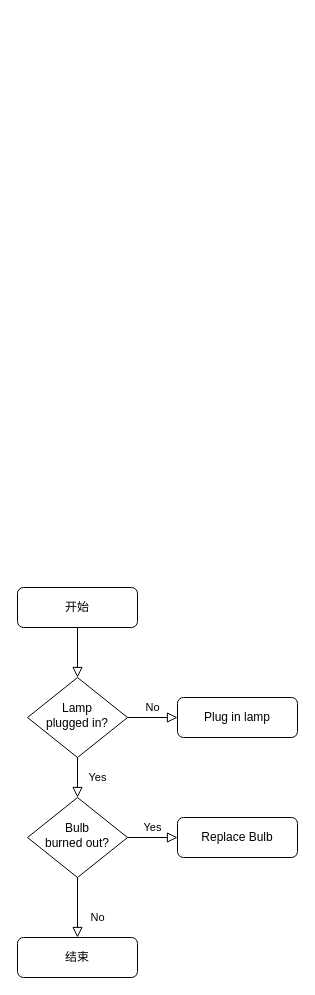
ProgrammerLZ/drawio keeps this draw.io diagram as page "Page-1" (1 of 2) of 需求分析-功能分析.drawio. Above is the earlier version. Source tidied: cells renumbered, new cells numbered last; positions are measured from the earlier drawing's top-left corner, leaving out a move shared by most shapes. Both pictures are drawn from the tidied source at 100%, with x=0, y=0 at pixel (17, 587).
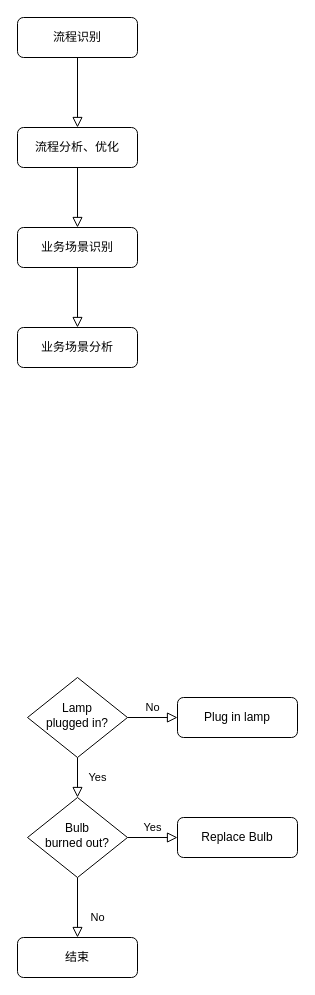
The same page after the edit.

Commit message:
更新需求分析-功能分析.drawio

The edit, as a diff of the source:
```diff
@@
 <mxGraphModel>
   <root>
     <mxCell id="0" />
     <mxCell id="1" parent="0" />
-    <mxCell id="2" style="rounded=0;html=1;jettySize=auto;fontSize=11;endArrow=block;endFill=0;endSize=8;strokeWidth=1;shadow=0;labelBackgroundColor=none;edgeStyle=orthogonalEdgeStyle;" parent="1" edge="1" source="3" target="6">
+    <mxCell id="2" style="rounded=0;html=1;jettySize=auto;fontSize=11;endArrow=block;endFill=0;endSize=8;strokeWidth=1;shadow=0;labelBackgroundColor=none;edgeStyle=orthogonalEdgeStyle;entryX=0.5;entryY=0;entryDx=0;entryDy=0;" parent="1" edge="1" source="3" target="13">
       <mxGeometry relative="1" as="geometry" />
     </mxCell>
-    <mxCell id="3" value="开始" style="rounded=1;whiteSpace=wrap;html=1;fontSize=12;glass=0;strokeWidth=1;shadow=0;" parent="1" vertex="1">
-      <mxGeometry width="120" height="40" as="geometry" />
+    <mxCell id="3" value="流程识别" style="rounded=1;whiteSpace=wrap;html=1;fontSize=12;glass=0;strokeWidth=1;shadow=0;" parent="1" vertex="1">
+      <mxGeometry y="-570" width="120" height="40" as="geometry" />
     </mxCell>
     <mxCell id="4" value="Yes" style="rounded=0;html=1;jettySize=auto;fontSize=11;endArrow=block;endFill=0;endSize=8;strokeWidth=1;shadow=0;labelBackgroundColor=none;edgeStyle=orthogonalEdgeStyle;" parent="1" edge="1" source="6" target="10">
       <mxGeometry y="20" relative="1" as="geometry" />
     </mxCell>
     <mxCell id="5" value="No" style="edgeStyle=orthogonalEdgeStyle;rounded=0;html=1;jettySize=auto;fontSize=11;endArrow=block;endFill=0;endSize=8;strokeWidth=1;shadow=0;labelBackgroundColor=none;" parent="1" edge="1" source="6" target="7">
       <mxGeometry y="10" relative="1" as="geometry" />
     </mxCell>
     <mxCell id="6" value="Lamp&lt;br&gt;plugged in?" style="rhombus;whiteSpace=wrap;html=1;shadow=0;fontFamily=Helvetica;fontSize=12;align=center;strokeWidth=1;spacing=6;spacingTop=-4;" parent="1" vertex="1">
       <mxGeometry x="10" y="90" width="100" height="80" as="geometry" />
     </mxCell>
     <mxCell id="7" value="Plug in lamp" style="rounded=1;whiteSpace=wrap;html=1;fontSize=12;glass=0;strokeWidth=1;shadow=0;" parent="1" vertex="1">
       <mxGeometry x="160" y="110" width="120" height="40" as="geometry" />
     </mxCell>
     <mxCell id="8" value="No" style="rounded=0;html=1;jettySize=auto;fontSize=11;endArrow=block;endFill=0;endSize=8;strokeWidth=1;shadow=0;labelBackgroundColor=none;edgeStyle=orthogonalEdgeStyle;" parent="1" edge="1" source="10" target="11">
       <mxGeometry x="0.33" y="20" relative="1" as="geometry" />
     </mxCell>
     <mxCell id="9" value="Yes" style="edgeStyle=orthogonalEdgeStyle;rounded=0;html=1;jettySize=auto;fontSize=11;endArrow=block;endFill=0;endSize=8;strokeWidth=1;shadow=0;labelBackgroundColor=none;" parent="1" edge="1" source="10" target="12">
       <mxGeometry y="10" relative="1" as="geometry" />
     </mxCell>
     <mxCell id="10" value="Bulb&lt;br&gt;burned out?" style="rhombus;whiteSpace=wrap;html=1;shadow=0;fontFamily=Helvetica;fontSize=12;align=center;strokeWidth=1;spacing=6;spacingTop=-4;" parent="1" vertex="1">
       <mxGeometry x="10" y="210" width="100" height="80" as="geometry" />
     </mxCell>
     <mxCell id="11" value="结束" style="rounded=1;whiteSpace=wrap;html=1;fontSize=12;glass=0;strokeWidth=1;shadow=0;" parent="1" vertex="1">
       <mxGeometry y="350" width="120" height="40" as="geometry" />
     </mxCell>
     <mxCell id="12" value="Replace Bulb" style="rounded=1;whiteSpace=wrap;html=1;fontSize=12;glass=0;strokeWidth=1;shadow=0;" parent="1" vertex="1">
       <mxGeometry x="160" y="230" width="120" height="40" as="geometry" />
     </mxCell>
+    <mxCell id="13" value="流程分析、优化" style="rounded=1;whiteSpace=wrap;html=1;fontSize=12;glass=0;strokeWidth=1;shadow=0;" parent="1" vertex="1">
+      <mxGeometry y="-460" width="120" height="40" as="geometry" />
+    </mxCell>
+    <mxCell id="14" value="业务场景识别" style="rounded=1;whiteSpace=wrap;html=1;fontSize=12;glass=0;strokeWidth=1;shadow=0;" parent="1" vertex="1">
+      <mxGeometry y="-360" width="120" height="40" as="geometry" />
+    </mxCell>
+    <mxCell id="15" style="rounded=0;html=1;jettySize=auto;fontSize=11;endArrow=block;endFill=0;endSize=8;strokeWidth=1;shadow=0;labelBackgroundColor=none;edgeStyle=orthogonalEdgeStyle;entryX=0.5;entryY=0;entryDx=0;entryDy=0;exitX=0.5;exitY=1;exitDx=0;exitDy=0;" parent="1" edge="1" source="13" target="14">
+      <mxGeometry relative="1" as="geometry" />
+    </mxCell>
+    <mxCell id="16" value="业务场景分析" style="rounded=1;whiteSpace=wrap;html=1;fontSize=12;glass=0;strokeWidth=1;shadow=0;" parent="1" vertex="1">
+      <mxGeometry y="-260" width="120" height="40" as="geometry" />
+    </mxCell>
+    <mxCell id="17" style="rounded=0;html=1;jettySize=auto;fontSize=11;endArrow=block;endFill=0;endSize=8;strokeWidth=1;shadow=0;labelBackgroundColor=none;edgeStyle=orthogonalEdgeStyle;entryX=0.5;entryY=0;entryDx=0;entryDy=0;exitX=0.5;exitY=1;exitDx=0;exitDy=0;" parent="1" edge="1" source="14" target="16">
+      <mxGeometry relative="1" as="geometry" />
+    </mxCell>
   </root>
 </mxGraphModel>
```
